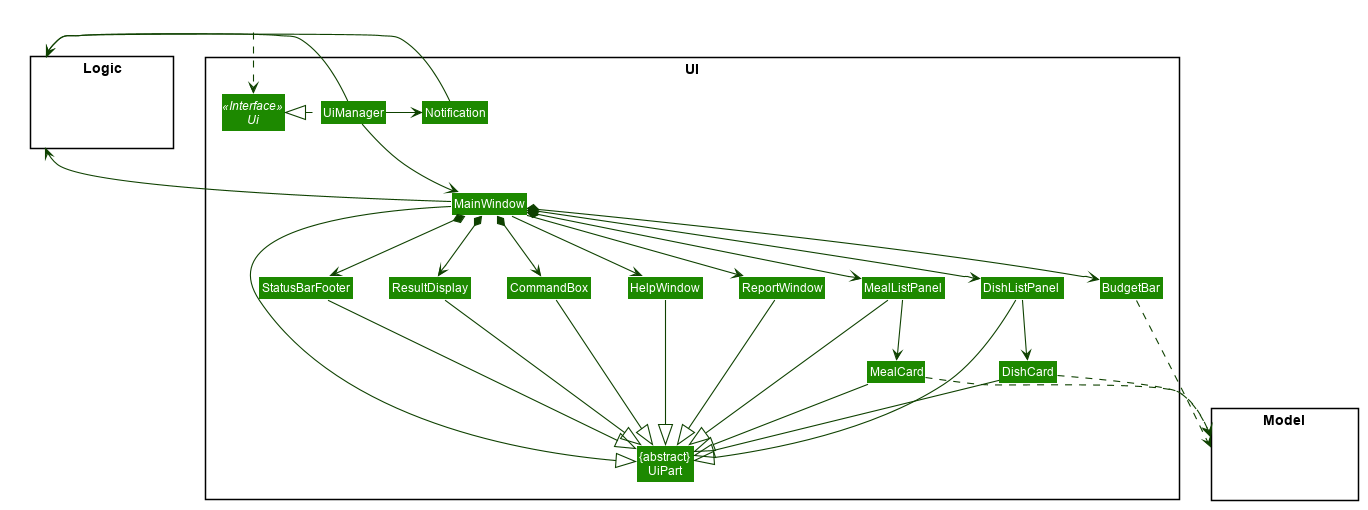
This is docs/images/UiClassDiagram.png from nus-cs2103-AY1920S1/addressbook-level3, a PlantUML export, as it was before one commit.
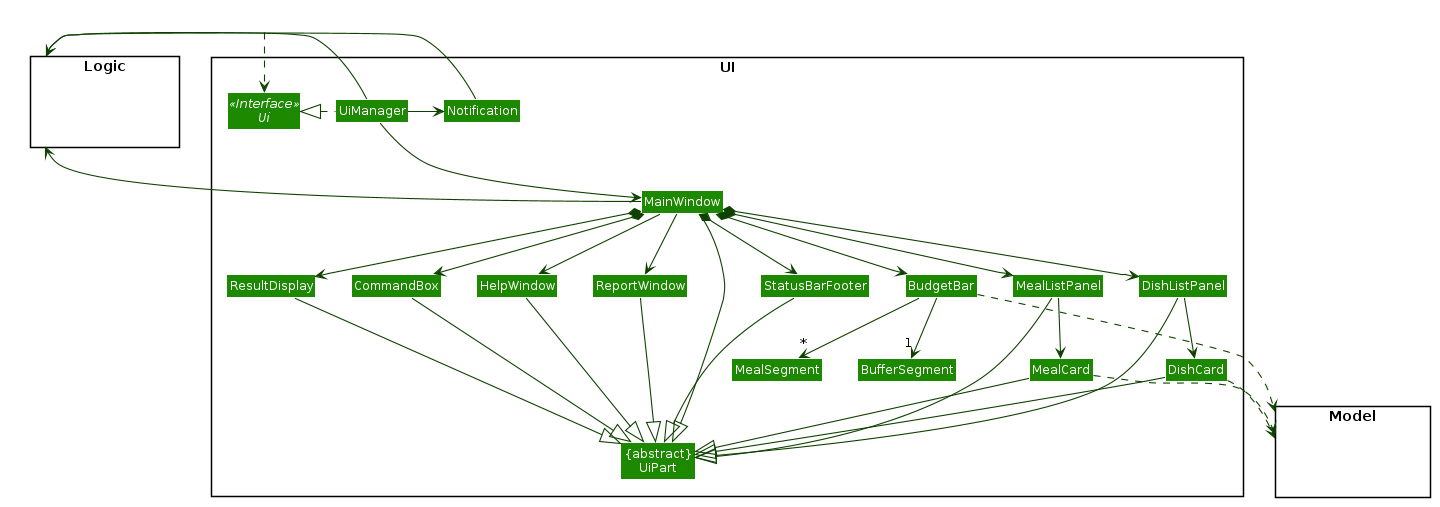
After the commit.

What changed in the source:
```diff
@@ -74,6 +74,8 @@
 Class StatusBarFooter
 Class CommandBox
 class Notification
+class MealSegment
+class BufferSegment
 }
 
 package Model <<Rectangle>> {
@@ -128,5 +130,8 @@
 HelpWindow -[hidden]right- ReportWindow
 BudgetBar -[hidden]right- MealListPanel
 
+BudgetBar --> "*" MealSegment
+BudgetBar --> "1" BufferSegment
+
 MainWindow -[hidden]-|> UiPart
 @enduml
```
